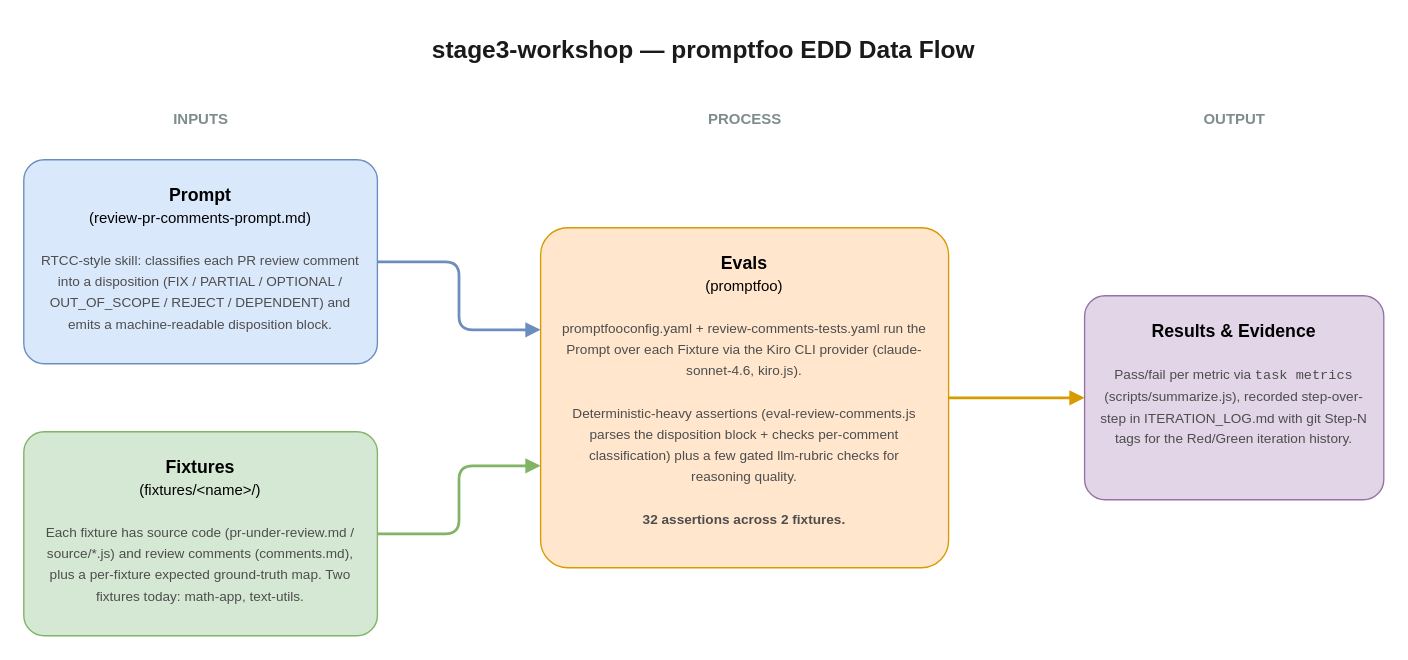
The draw.io diagram docs/architecture.drawio in jbrinkman/stage3-workshop, before the edit. Source tidied: cells renumbered, new cells numbered last; positions are measured from the earlier drawing's top-left corner, leaving out a move shared by most shapes. Both pictures are drawn from the tidied source at 136%, with x=0, y=0 at pixel (23, 23).
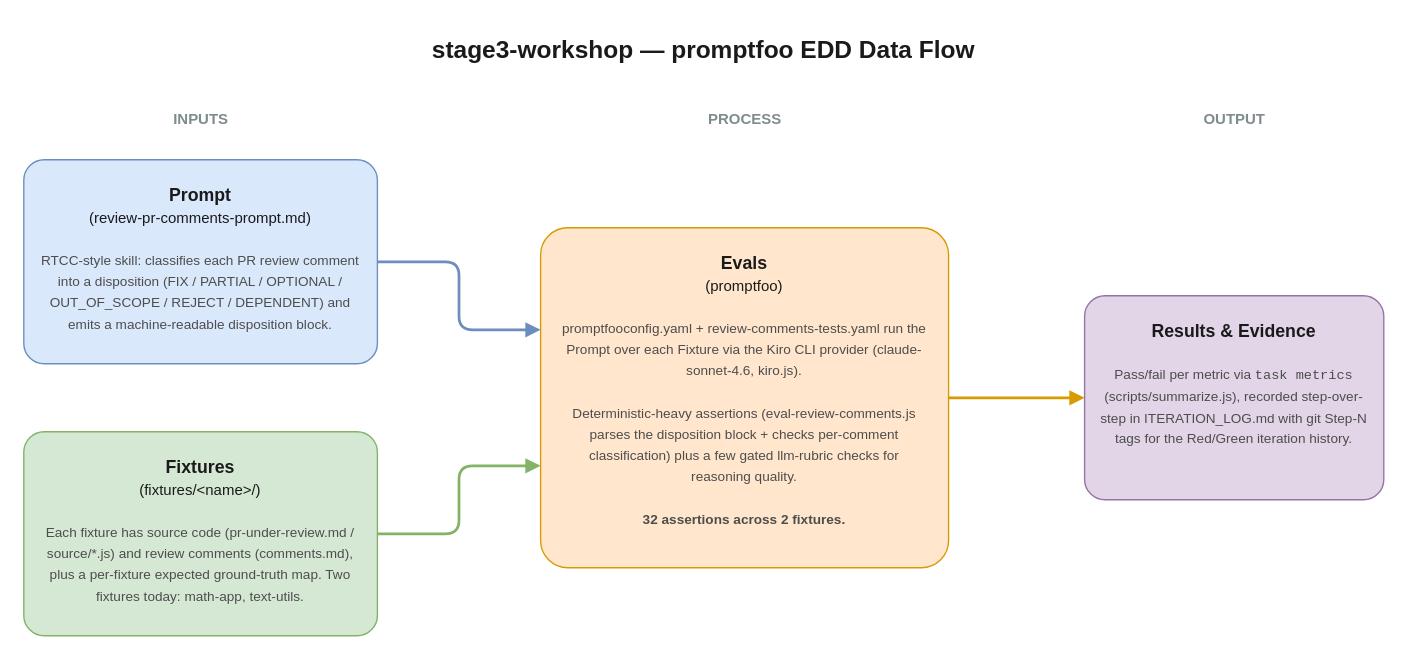
The same page after the edit.

Commit message (it also covers changes not shown here):
docs: log Step 5 load-bearing ablation audit; fix diagram title contrast

Record the ablation audit: scripts/ablate.js strips each prompt section and
measures the pass-rate delta. At 5 runs (above the comment-8 flake band) every
one of the 10 sections is load-bearing (−10pp to −100pp when removed) — the
prompt is already lean, 100% load-bearing, no cruft to trim. Also fix the
architecture.drawio node titles (explicit dark fontColor; were near-white on the
pastel fills).

The edit, as a diff of the source:
```diff
@@
 <mxGraphModel>
   <root>
     <mxCell id="0" />
     <mxCell id="1" parent="0" />
     <mxCell id="2" value="stage3-workshop — promptfoo EDD Data Flow" style="text;html=1;strokeColor=none;fillColor=none;align=center;verticalAlign=middle;whiteSpace=wrap;rounded=0;fontSize=18;fontStyle=1;fontColor=#1a1a1a;" parent="1" vertex="1">
       <mxGeometry width="1000" height="40" as="geometry" />
     </mxCell>
     <mxCell id="3" value="INPUTS" style="text;html=1;strokeColor=none;fillColor=none;align=center;verticalAlign=middle;fontSize=11;fontStyle=1;fontColor=#7f8c8d;" parent="1" vertex="1">
       <mxGeometry y="60" width="260" height="20" as="geometry" />
     </mxCell>
     <mxCell id="4" value="PROCESS" style="text;html=1;strokeColor=none;fillColor=none;align=center;verticalAlign=middle;fontSize=11;fontStyle=1;fontColor=#7f8c8d;" parent="1" vertex="1">
       <mxGeometry x="380" y="60" width="300" height="20" as="geometry" />
     </mxCell>
     <mxCell id="5" value="OUTPUT" style="text;html=1;strokeColor=none;fillColor=none;align=center;verticalAlign=middle;fontSize=11;fontStyle=1;fontColor=#7f8c8d;" parent="1" vertex="1">
       <mxGeometry x="780" y="60" width="220" height="20" as="geometry" />
     </mxCell>
-    <mxCell id="6" value="&lt;b&gt;Prompt&lt;/b&gt;&lt;br&gt;&lt;font style=&quot;font-size:11px;&quot;&gt;(review-pr-comments-prompt.md)&lt;/font&gt;&lt;br&gt;&lt;br&gt;&lt;font style=&quot;font-size:10px;color:#4d4d4d;&quot;&gt;RTCC-style skill: classifies each PR review comment into a disposition (FIX / PARTIAL / OPTIONAL / OUT_OF_SCOPE / REJECT / DEPENDENT) and emits a machine-readable disposition block.&lt;/font&gt;" style="rounded=1;whiteSpace=wrap;html=1;arcSize=10;fillColor=#dae8fc;strokeColor=#6c8ebf;align=center;verticalAlign=top;spacingTop=12;spacingLeft=10;spacingRight=10;fontSize=13;" parent="1" vertex="1">
+    <mxCell id="6" value="&lt;b&gt;Prompt&lt;/b&gt;&lt;br&gt;&lt;font style=&quot;font-size:11px;&quot;&gt;(review-pr-comments-prompt.md)&lt;/font&gt;&lt;br&gt;&lt;br&gt;&lt;font style=&quot;font-size:10px;color:#4d4d4d;&quot;&gt;RTCC-style skill: classifies each PR review comment into a disposition (FIX / PARTIAL / OPTIONAL / OUT_OF_SCOPE / REJECT / DEPENDENT) and emits a machine-readable disposition block.&lt;/font&gt;" style="rounded=1;whiteSpace=wrap;html=1;arcSize=10;fillColor=#dae8fc;strokeColor=#6c8ebf;align=center;verticalAlign=top;spacingTop=12;spacingLeft=10;spacingRight=10;fontSize=13;fontColor=#1a1a1a;" parent="1" vertex="1">
       <mxGeometry y="100" width="260" height="150" as="geometry" />
     </mxCell>
-    <mxCell id="7" value="&lt;b&gt;Fixtures&lt;/b&gt;&lt;br&gt;&lt;font style=&quot;font-size:11px;&quot;&gt;(fixtures/&amp;lt;name&amp;gt;/)&lt;/font&gt;&lt;br&gt;&lt;br&gt;&lt;font style=&quot;font-size:10px;color:#4d4d4d;&quot;&gt;Each fixture has source code (pr-under-review.md / source/*.js) and review comments (comments.md), plus a per-fixture expected ground-truth map. Two fixtures today: math-app, text-utils.&lt;/font&gt;" style="rounded=1;whiteSpace=wrap;html=1;arcSize=10;fillColor=#d5e8d4;strokeColor=#82b366;align=center;verticalAlign=top;spacingTop=12;spacingLeft=10;spacingRight=10;fontSize=13;" parent="1" vertex="1">
+    <mxCell id="7" value="&lt;b&gt;Fixtures&lt;/b&gt;&lt;br&gt;&lt;font style=&quot;font-size:11px;&quot;&gt;(fixtures/&amp;lt;name&amp;gt;/)&lt;/font&gt;&lt;br&gt;&lt;br&gt;&lt;font style=&quot;font-size:10px;color:#4d4d4d;&quot;&gt;Each fixture has source code (pr-under-review.md / source/*.js) and review comments (comments.md), plus a per-fixture expected ground-truth map. Two fixtures today: math-app, text-utils.&lt;/font&gt;" style="rounded=1;whiteSpace=wrap;html=1;arcSize=10;fillColor=#d5e8d4;strokeColor=#82b366;align=center;verticalAlign=top;spacingTop=12;spacingLeft=10;spacingRight=10;fontSize=13;fontColor=#1a1a1a;" parent="1" vertex="1">
       <mxGeometry y="300" width="260" height="150" as="geometry" />
     </mxCell>
-    <mxCell id="8" value="&lt;b&gt;Evals&lt;/b&gt;&lt;br&gt;&lt;font style=&quot;font-size:11px;&quot;&gt;(promptfoo)&lt;/font&gt;&lt;br&gt;&lt;br&gt;&lt;font style=&quot;font-size:10px;color:#4d4d4d;&quot;&gt;promptfooconfig.yaml + review-comments-tests.yaml run the Prompt over each Fixture via the Kiro CLI provider (claude-sonnet-4.6, kiro.js).&lt;br&gt;&lt;br&gt;Deterministic-heavy assertions (eval-review-comments.js parses the disposition block + checks per-comment classification) plus a few gated llm-rubric checks for reasoning quality.&lt;br&gt;&lt;br&gt;&lt;b&gt;32 assertions across 2 fixtures.&lt;/b&gt;&lt;/font&gt;" style="rounded=1;whiteSpace=wrap;html=1;arcSize=8;fillColor=#ffe6cc;strokeColor=#d79b00;align=center;verticalAlign=top;spacingTop=12;spacingLeft=12;spacingRight=12;fontSize=13;" parent="1" vertex="1">
+    <mxCell id="8" value="&lt;b&gt;Evals&lt;/b&gt;&lt;br&gt;&lt;font style=&quot;font-size:11px;&quot;&gt;(promptfoo)&lt;/font&gt;&lt;br&gt;&lt;br&gt;&lt;font style=&quot;font-size:10px;color:#4d4d4d;&quot;&gt;promptfooconfig.yaml + review-comments-tests.yaml run the Prompt over each Fixture via the Kiro CLI provider (claude-sonnet-4.6, kiro.js).&lt;br&gt;&lt;br&gt;Deterministic-heavy assertions (eval-review-comments.js parses the disposition block + checks per-comment classification) plus a few gated llm-rubric checks for reasoning quality.&lt;br&gt;&lt;br&gt;&lt;b&gt;32 assertions across 2 fixtures.&lt;/b&gt;&lt;/font&gt;" style="rounded=1;whiteSpace=wrap;html=1;arcSize=8;fillColor=#ffe6cc;strokeColor=#d79b00;align=center;verticalAlign=top;spacingTop=12;spacingLeft=12;spacingRight=12;fontSize=13;fontColor=#1a1a1a;" parent="1" vertex="1">
       <mxGeometry x="380" y="150" width="300" height="250" as="geometry" />
     </mxCell>
-    <mxCell id="9" value="&lt;b&gt;Results &amp;amp; Evidence&lt;/b&gt;&lt;br&gt;&lt;br&gt;&lt;font style=&quot;font-size:10px;color:#4d4d4d;&quot;&gt;Pass/fail per metric via &lt;font face=&quot;Courier New&quot;&gt;task metrics&lt;/font&gt; (scripts/summarize.js), recorded step-over-step in ITERATION_LOG.md with git Step-N tags for the Red/Green iteration history.&lt;/font&gt;" style="rounded=1;whiteSpace=wrap;html=1;arcSize=10;fillColor=#e1d5e7;strokeColor=#9673a6;align=center;verticalAlign=top;spacingTop=12;spacingLeft=10;spacingRight=10;fontSize=13;" parent="1" vertex="1">
+    <mxCell id="9" value="&lt;b&gt;Results &amp;amp; Evidence&lt;/b&gt;&lt;br&gt;&lt;br&gt;&lt;font style=&quot;font-size:10px;color:#4d4d4d;&quot;&gt;Pass/fail per metric via &lt;font face=&quot;Courier New&quot;&gt;task metrics&lt;/font&gt; (scripts/summarize.js), recorded step-over-step in ITERATION_LOG.md with git Step-N tags for the Red/Green iteration history.&lt;/font&gt;" style="rounded=1;whiteSpace=wrap;html=1;arcSize=10;fillColor=#e1d5e7;strokeColor=#9673a6;align=center;verticalAlign=top;spacingTop=12;spacingLeft=10;spacingRight=10;fontSize=13;fontColor=#1a1a1a;" parent="1" vertex="1">
       <mxGeometry x="780" y="200" width="220" height="150" as="geometry" />
     </mxCell>
     <mxCell id="10" style="edgeStyle=orthogonalEdgeStyle;rounded=1;html=1;strokeColor=#6c8ebf;strokeWidth=2;endArrow=block;endFill=1;exitX=1;exitY=0.5;exitDx=0;exitDy=0;entryX=0;entryY=0.3;entryDx=0;entryDy=0;" parent="1" edge="1" source="6" target="8">
       <mxGeometry relative="1" as="geometry" />
     </mxCell>
     <mxCell id="11" style="edgeStyle=orthogonalEdgeStyle;rounded=1;html=1;strokeColor=#82b366;strokeWidth=2;endArrow=block;endFill=1;exitX=1;exitY=0.5;exitDx=0;exitDy=0;entryX=0;entryY=0.7;entryDx=0;entryDy=0;" parent="1" edge="1" source="7" target="8">
       <mxGeometry relative="1" as="geometry" />
     </mxCell>
     <mxCell id="12" style="edgeStyle=orthogonalEdgeStyle;rounded=1;html=1;strokeColor=#d79b00;strokeWidth=2;endArrow=block;endFill=1;exitX=1;exitY=0.5;exitDx=0;exitDy=0;entryX=0;entryY=0.5;entryDx=0;entryDy=0;" parent="1" edge="1" source="8" target="9">
       <mxGeometry relative="1" as="geometry" />
     </mxCell>
   </root>
 </mxGraphModel>
```
